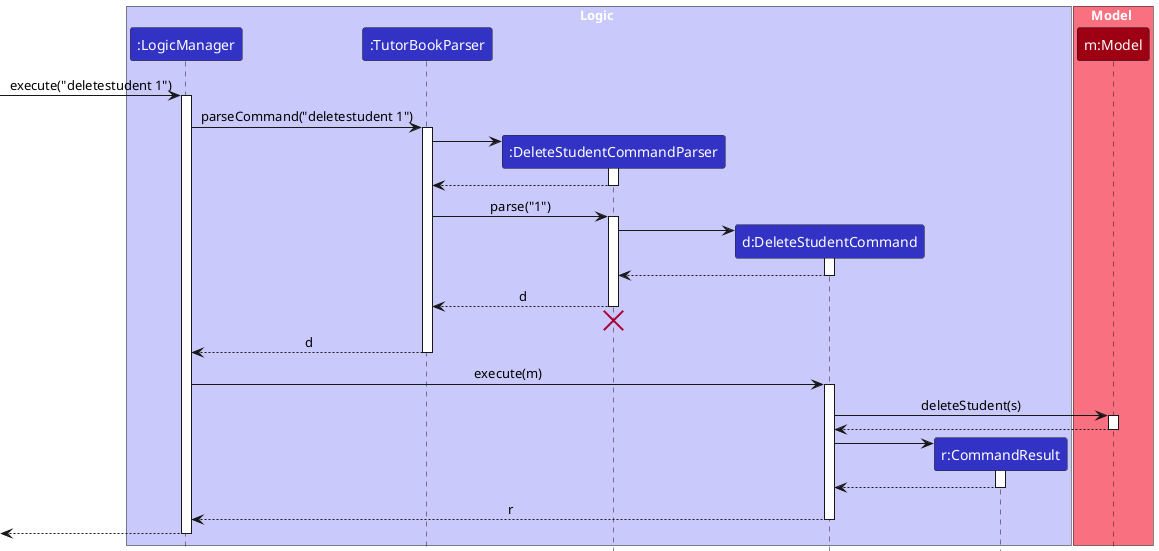
Earlier version of the PlantUML export docs/images/DeleteSequenceDiagram.png (AY2627S1-CS2103T-F13-1/tp). Its diagram source:
```plantuml
@startuml
!include style.puml
skinparam ArrowFontStyle plain

box Logic LOGIC_COLOR_T1
participant ":LogicManager" as LogicManager LOGIC_COLOR
participant ":TutorBookParser" as TutorBookParser LOGIC_COLOR
participant ":DeleteStudentCommandParser" as DeleteStudentCommandParser LOGIC_COLOR
participant "d:DeleteStudentCommand" as DeleteStudentCommand LOGIC_COLOR
participant "r:CommandResult" as CommandResult LOGIC_COLOR
end box

box Model MODEL_COLOR_T1
participant "m:Model" as Model MODEL_COLOR
end box

[-> LogicManager : execute("deletestudent 1")
activate LogicManager

LogicManager -> TutorBookParser : parseCommand("deletestudent 1")
activate TutorBookParser

create DeleteStudentCommandParser
TutorBookParser -> DeleteStudentCommandParser
activate DeleteStudentCommandParser

DeleteStudentCommandParser --> TutorBookParser
deactivate DeleteStudentCommandParser

TutorBookParser -> DeleteStudentCommandParser : parse("1")
activate DeleteStudentCommandParser

create DeleteStudentCommand
DeleteStudentCommandParser -> DeleteStudentCommand
activate DeleteStudentCommand

DeleteStudentCommand --> DeleteStudentCommandParser :
deactivate DeleteStudentCommand

DeleteStudentCommandParser --> TutorBookParser : d
deactivate DeleteStudentCommandParser
DeleteStudentCommandParser -[hidden]-> TutorBookParser
destroy DeleteStudentCommandParser

TutorBookParser --> LogicManager : d
deactivate TutorBookParser

LogicManager -> DeleteStudentCommand : execute(m)
activate DeleteStudentCommand

DeleteStudentCommand -> Model : deleteStudent(s)
activate Model

Model --> DeleteStudentCommand
deactivate Model

create CommandResult
DeleteStudentCommand -> CommandResult
activate CommandResult

CommandResult --> DeleteStudentCommand
deactivate CommandResult

DeleteStudentCommand --> LogicManager : r
deactivate DeleteStudentCommand

[<--LogicManager
deactivate LogicManager
@enduml
```
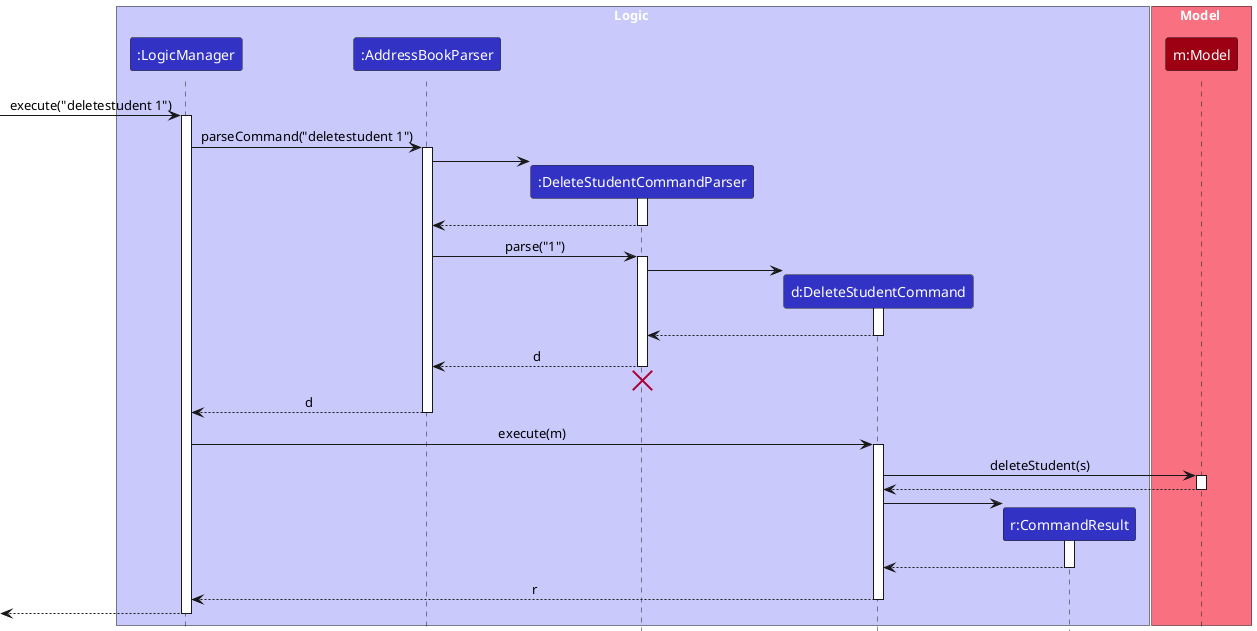
The same diagram one commit later.

What changed in the source:
```diff
@@ -4,7 +4,7 @@
 
 box Logic LOGIC_COLOR_T1
 participant ":LogicManager" as LogicManager LOGIC_COLOR
-participant ":TutorBookParser" as TutorBookParser LOGIC_COLOR
+participant ":AddressBookParser" as AddressBookParser LOGIC_COLOR
 participant ":DeleteStudentCommandParser" as DeleteStudentCommandParser LOGIC_COLOR
 participant "d:DeleteStudentCommand" as DeleteStudentCommand LOGIC_COLOR
 participant "r:CommandResult" as CommandResult LOGIC_COLOR
@@ -17,17 +17,17 @@
 [-> LogicManager : execute("deletestudent 1")
 activate LogicManager
 
-LogicManager -> TutorBookParser : parseCommand("deletestudent 1")
-activate TutorBookParser
+LogicManager -> AddressBookParser : parseCommand("deletestudent 1")
+activate AddressBookParser
 
 create DeleteStudentCommandParser
-TutorBookParser -> DeleteStudentCommandParser
+AddressBookParser -> DeleteStudentCommandParser
 activate DeleteStudentCommandParser
 
-DeleteStudentCommandParser --> TutorBookParser
+DeleteStudentCommandParser --> AddressBookParser
 deactivate DeleteStudentCommandParser
 
-TutorBookParser -> DeleteStudentCommandParser : parse("1")
+AddressBookParser -> DeleteStudentCommandParser : parse("1")
 activate DeleteStudentCommandParser
 
 create DeleteStudentCommand
@@ -37,13 +37,13 @@
 DeleteStudentCommand --> DeleteStudentCommandParser :
 deactivate DeleteStudentCommand
 
-DeleteStudentCommandParser --> TutorBookParser : d
+DeleteStudentCommandParser --> AddressBookParser : d
 deactivate DeleteStudentCommandParser
-DeleteStudentCommandParser -[hidden]-> TutorBookParser
+DeleteStudentCommandParser -[hidden]-> AddressBookParser
 destroy DeleteStudentCommandParser
 
-TutorBookParser --> LogicManager : d
-deactivate TutorBookParser
+AddressBookParser --> LogicManager : d
+deactivate AddressBookParser
 
 LogicManager -> DeleteStudentCommand : execute(m)
 activate DeleteStudentCommand
```
